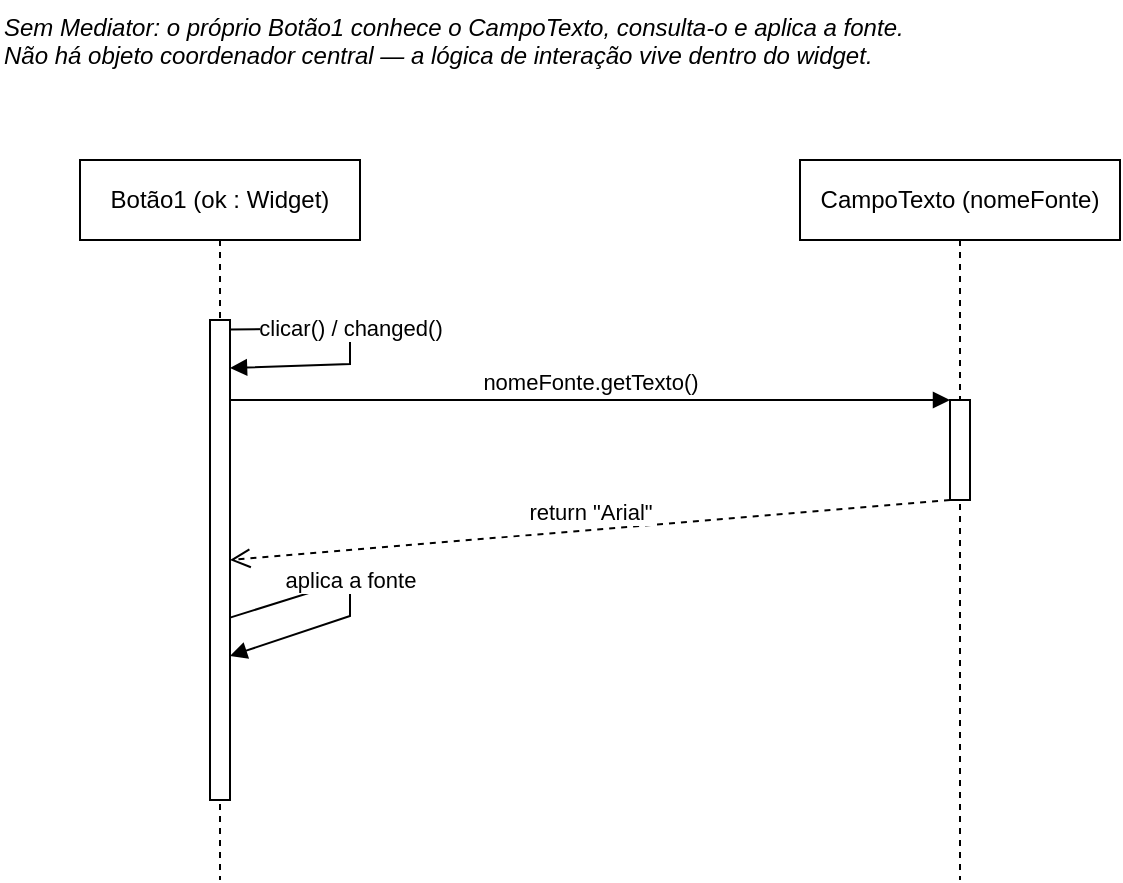
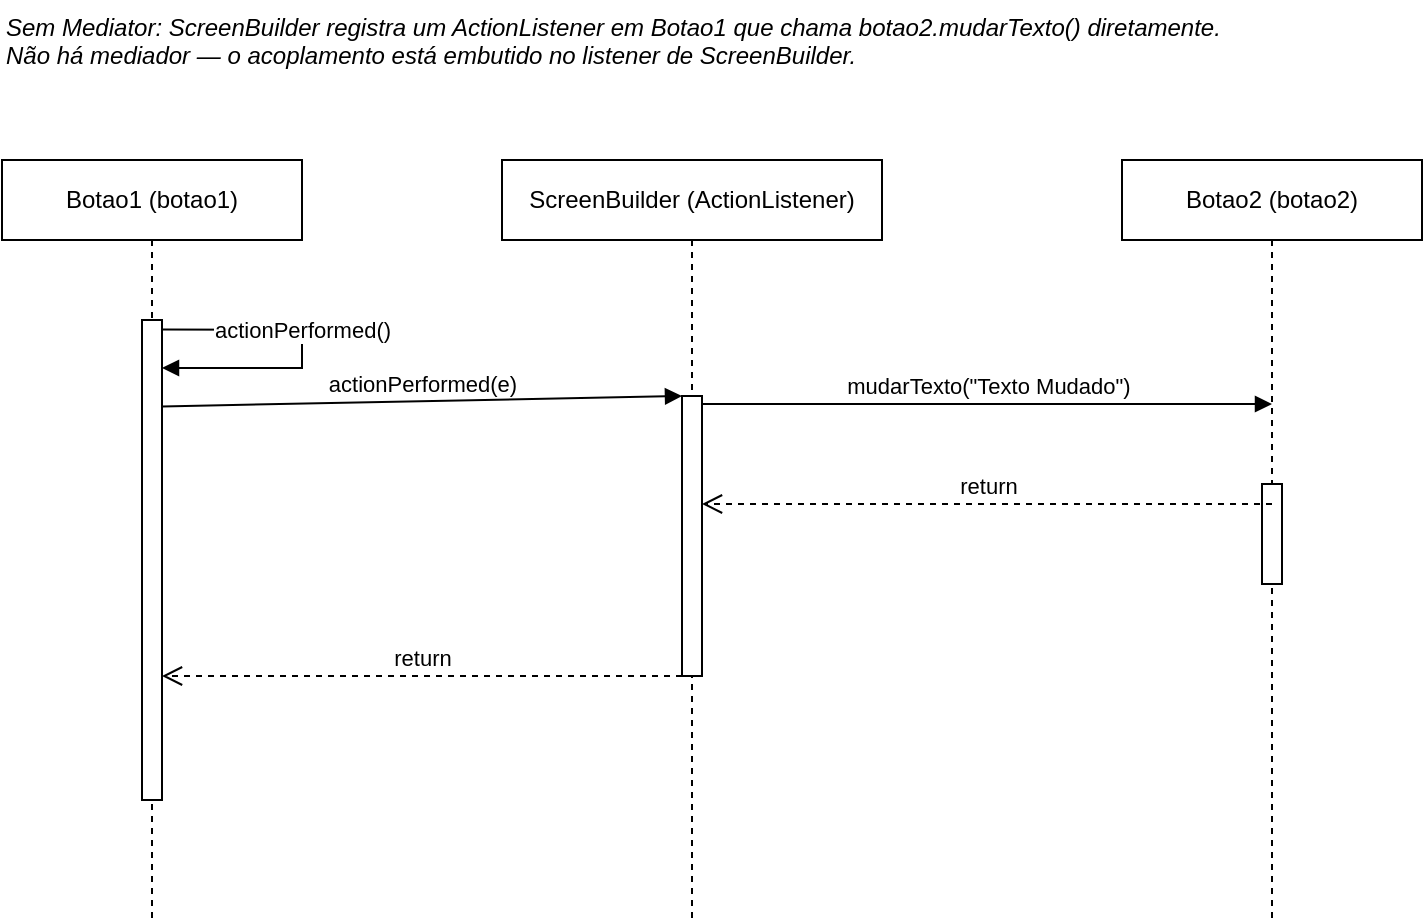
<mxfile host="app.diagrams.net">
  <diagram name="Sequencia-Sem-Mediator" id="seqDiagSemMediator01">
-     <mxGraphModel dx="912" dy="512" grid="1" gridSize="10" guides="1" tooltips="1" connect="1" arrows="1" fold="1" page="1" pageScale="1" pageWidth="827" pageHeight="1169" math="0" shadow="0">
+     <mxGraphModel dx="808" dy="471" grid="1" gridSize="10" guides="1" tooltips="1" connect="1" arrows="1" fold="1" page="1" pageScale="1" pageWidth="827" pageHeight="1169" math="0" shadow="0">
      <root>
        <mxCell id="0" />
        <mxCell id="1" parent="0" />
-         <mxCell id="t-note" parent="1" style="text;html=1;align=left;verticalAlign=top;whiteSpace=wrap;rounded=0;fontStyle=2;fontSize=12;" value="Sem Mediator: o próprio Botão1 conhece o CampoTexto, consulta-o e aplica a fonte.&#xa;Não há objeto coordenador central — a lógica de interação vive dentro do widget." vertex="1">
-           <mxGeometry height="50" width="560" x="80" y="0" as="geometry" />
+         <mxCell id="t-note" parent="1" style="text;html=1;align=left;verticalAlign=top;whiteSpace=wrap;rounded=0;fontStyle=2;fontSize=12;" value="Sem Mediator: ScreenBuilder registra um ActionListener em Botao1 que chama botao2.mudarTexto() diretamente.&#xa;Não há mediador — o acoplamento está embutido no listener de ScreenBuilder." vertex="1">
+           <mxGeometry height="50" width="620" x="80" as="geometry" />
        </mxCell>
-         <mxCell id="ll-botao" parent="1" style="shape=umlLifeline;perimeter=lifelinePerimeter;whiteSpace=wrap;html=1;container=1;dropTarget=0;collapsible=0;recursiveResize=0;outlineConnect=0;portConstraint=eastwest;newEdgeStyle={&quot;curved&quot;:0,&quot;rounded&quot;:0};" value="Botão1 (ok : Widget)" vertex="1">
-           <mxGeometry height="360" width="140" x="120" y="80" as="geometry" />
+         <mxCell id="ll-botao" parent="1" style="shape=umlLifeline;perimeter=lifelinePerimeter;whiteSpace=wrap;html=1;container=1;dropTarget=0;collapsible=0;recursiveResize=0;outlineConnect=0;portConstraint=eastwest;newEdgeStyle={&quot;curved&quot;:0,&quot;rounded&quot;:0};" value="Botao1 (botao1)" vertex="1">
+           <mxGeometry height="380" width="150" x="80" y="80" as="geometry" />
        </mxCell>
        <mxCell id="act-botao" parent="ll-botao" style="html=1;points=[[0,0,0,0,5],[0,1,0,0,-5],[1,0,0,0,5],[1,1,0,0,-5]];perimeter=orthogonalPerimeter;outlineConnect=0;targetShapes=umlLifeline;portConstraint=eastwest;newEdgeStyle={&quot;curved&quot;:0,&quot;rounded&quot;:0};" value="" vertex="1">
-           <mxGeometry height="240" width="10" x="65" y="80" as="geometry" />
+           <mxGeometry height="240" width="10" x="70" y="80" as="geometry" />
        </mxCell>
-         <mxCell id="ll-campo" parent="1" style="shape=umlLifeline;perimeter=lifelinePerimeter;whiteSpace=wrap;html=1;container=1;dropTarget=0;collapsible=0;recursiveResize=0;outlineConnect=0;portConstraint=eastwest;newEdgeStyle={&quot;curved&quot;:0,&quot;rounded&quot;:0};" value="CampoTexto (nomeFonte)" vertex="1">
-           <mxGeometry height="360" width="160" x="480" y="80" as="geometry" />
+         <mxCell id="ll-sb" parent="1" style="shape=umlLifeline;perimeter=lifelinePerimeter;whiteSpace=wrap;html=1;container=1;dropTarget=0;collapsible=0;recursiveResize=0;outlineConnect=0;portConstraint=eastwest;newEdgeStyle={&quot;curved&quot;:0,&quot;rounded&quot;:0};" value="ScreenBuilder (ActionListener)" vertex="1">
+           <mxGeometry height="380" width="190" x="330" y="80" as="geometry" />
        </mxCell>
-         <mxCell id="act-campo" parent="ll-campo" style="html=1;points=[[0,0,0,0,5],[0,1,0,0,-5],[1,0,0,0,5],[1,1,0,0,-5]];perimeter=orthogonalPerimeter;outlineConnect=0;targetShapes=umlLifeline;portConstraint=eastwest;newEdgeStyle={&quot;curved&quot;:0,&quot;rounded&quot;:0};" value="" vertex="1">
-           <mxGeometry height="50" width="10" x="75" y="120" as="geometry" />
+         <mxCell id="act-sb" parent="ll-sb" style="html=1;points=[[0,0,0,0,5],[0,1,0,0,-5],[1,0,0,0,5],[1,1,0,0,-5]];perimeter=orthogonalPerimeter;outlineConnect=0;targetShapes=umlLifeline;portConstraint=eastwest;newEdgeStyle={&quot;curved&quot;:0,&quot;rounded&quot;:0};" value="" vertex="1">
+           <mxGeometry height="140" width="10" x="90" y="118" as="geometry" />
        </mxCell>
-         <mxCell id="msg-clicar" edge="1" parent="1" source="act-botao" style="html=1;verticalAlign=bottom;endArrow=block;curved=0;rounded=0;exitX=1;exitY=0.02;exitDx=0;exitDy=0;entryX=1;entryY=0.1;entryDx=0;entryDy=0;" target="act-botao" value="clicar() / changed()">
+         <mxCell id="ll-botao2" parent="1" style="shape=umlLifeline;perimeter=lifelinePerimeter;whiteSpace=wrap;html=1;container=1;dropTarget=0;collapsible=0;recursiveResize=0;outlineConnect=0;portConstraint=eastwest;newEdgeStyle={&quot;curved&quot;:0,&quot;rounded&quot;:0};" value="Botao2 (botao2)" vertex="1">
+           <mxGeometry height="380" width="150" x="640" y="80" as="geometry" />
+         </mxCell>
+         <mxCell id="act-botao2" parent="ll-botao2" style="html=1;points=[[0,0,0,0,5],[0,1,0,0,-5],[1,0,0,0,5],[1,1,0,0,-5]];perimeter=orthogonalPerimeter;outlineConnect=0;targetShapes=umlLifeline;portConstraint=eastwest;newEdgeStyle={&quot;curved&quot;:0,&quot;rounded&quot;:0};" value="" vertex="1">
+           <mxGeometry height="50" width="10" x="70" y="162" as="geometry" />
+         </mxCell>
+         <mxCell id="msg-action" edge="1" parent="1" source="act-botao" style="html=1;verticalAlign=bottom;endArrow=block;curved=0;rounded=0;exitX=1;exitY=0.02;exitDx=0;exitDy=0;entryX=1;entryY=0.1;entryDx=0;entryDy=0;" target="act-botao" value="actionPerformed()">
          <mxGeometry relative="1" as="geometry">
            <Array as="points">
-               <mxPoint x="255" y="164" />
-               <mxPoint x="255" y="182" />
+               <mxPoint x="230" y="165" />
+               <mxPoint x="230" y="184" />
            </Array>
          </mxGeometry>
        </mxCell>
-         <mxCell id="msg-gettexto" edge="1" parent="1" source="act-botao" style="html=1;verticalAlign=bottom;endArrow=block;curved=0;rounded=0;entryX=0;entryY=0;entryDx=0;entryDy=0;" target="act-campo" value="nomeFonte.getTexto()">
+         <mxCell id="msg-listener" edge="1" parent="1" source="act-botao" style="html=1;verticalAlign=bottom;endArrow=block;curved=0;rounded=0;exitX=1;exitY=0.18;exitDx=0;exitDy=0;entryX=0;entryY=0;entryDx=0;entryDy=0;" target="act-sb" value="actionPerformed(e)">
+           <mxGeometry relative="1" as="geometry" />
+         </mxCell>
+         <mxCell id="msg-mudar" edge="1" parent="1" style="html=1;verticalAlign=bottom;endArrow=block;curved=0;rounded=0;entryX=0;entryY=0;entryDx=0;entryDy=0;" value="mudarTexto(&quot;Texto Mudado&quot;)">
          <mxGeometry relative="1" as="geometry">
-             <mxPoint x="195" y="220" as="sourcePoint" />
-             <mxPoint x="555" y="220" as="targetPoint" />
+             <mxPoint x="430" y="202" as="sourcePoint" />
+             <mxPoint x="715" y="202" as="targetPoint" />
          </mxGeometry>
        </mxCell>
-         <mxCell id="msg-ret-arial" edge="1" parent="1" source="act-campo" style="html=1;verticalAlign=bottom;endArrow=open;dashed=1;endSize=8;curved=0;rounded=0;exitX=0;exitY=1;exitDx=0;exitDy=0;entryX=1;entryY=0.5;entryDx=0;entryDy=0;" target="act-botao" value="return &quot;Arial&quot;">
+         <mxCell id="msg-ret-mudar" edge="1" parent="1" style="html=1;verticalAlign=bottom;endArrow=open;dashed=1;endSize=8;curved=0;rounded=0;" value="return">
          <mxGeometry relative="1" as="geometry">
-             <mxPoint x="555" y="270" as="sourcePoint" />
-             <mxPoint x="195" y="270" as="targetPoint" />
+             <mxPoint x="715" y="252" as="sourcePoint" />
+             <mxPoint x="430" y="252" as="targetPoint" />
          </mxGeometry>
        </mxCell>
-         <mxCell id="msg-aplica" edge="1" parent="1" source="act-botao" style="html=1;verticalAlign=bottom;endArrow=block;curved=0;rounded=0;exitX=1;exitY=0.62;exitDx=0;exitDy=0;entryX=1;entryY=0.7;entryDx=0;entryDy=0;" target="act-botao" value="aplica a fonte">
-           <mxGeometry relative="1" as="geometry">
-             <Array as="points">
-               <mxPoint x="255" y="290" />
-               <mxPoint x="255" y="308" />
-             </Array>
-           </mxGeometry>
+         <mxCell id="msg-ret-final" edge="1" parent="1" source="act-sb" style="html=1;verticalAlign=bottom;endArrow=open;dashed=1;endSize=8;curved=0;rounded=0;exitX=0;exitY=1;exitDx=0;exitDy=0;" target="act-botao" value="return">
+           <mxGeometry relative="1" as="geometry" />
        </mxCell>
      </root>
    </mxGraphModel>
  </diagram>
</mxfile>
